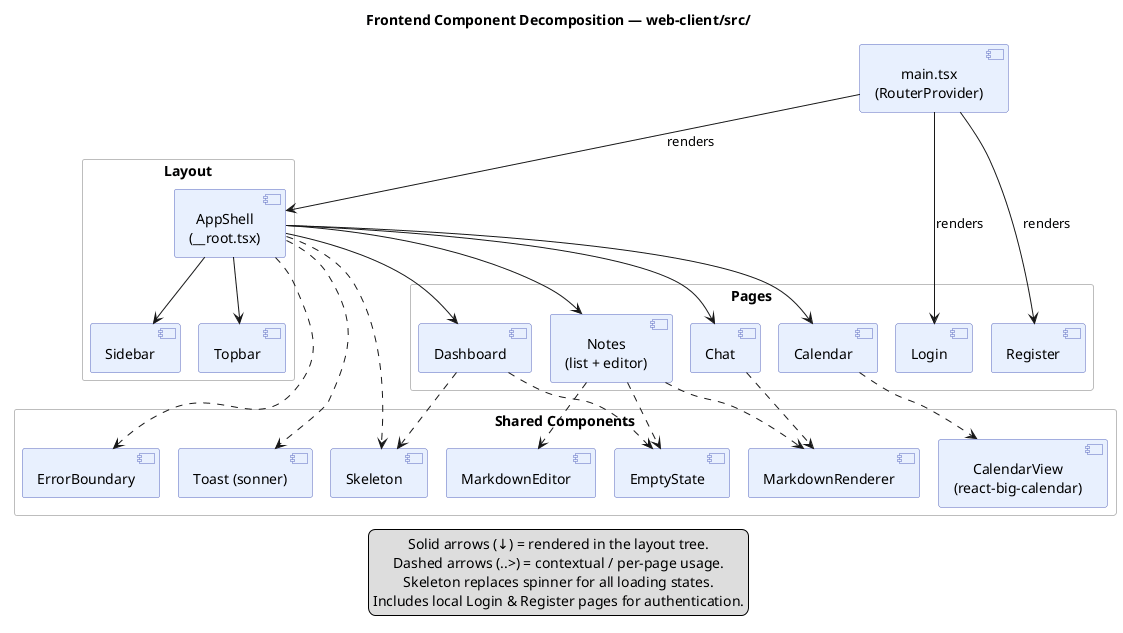
Earlier version of the PlantUML export docs/frontend/component-decomposition.png (AET-DevOps26/team-devopss26).
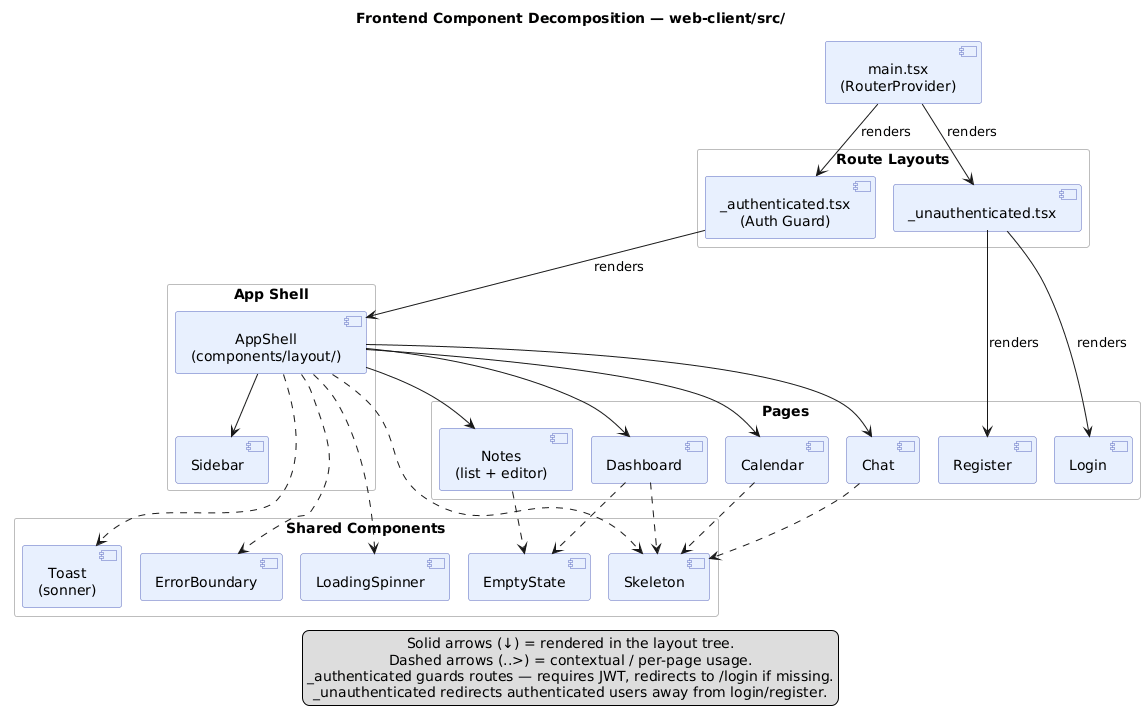
The same diagram one commit later.

The edit, as a diff of the source:
```diff
@@ -19,10 +19,14 @@
 
 component "main.tsx\n(RouterProvider)" as ENTRY
 
-rectangle "Layout" as LAYOUT {
-  component "AppShell\n(__root.tsx)" as SHELL
+rectangle "Route Layouts" as LAYOUTS {
+  component "_authenticated.tsx\n(Auth Guard)" as AUTH_LAYOUT
+  component "_unauthenticated.tsx" as UNAUTH_LAYOUT
+}
+
+rectangle "App Shell" as SHELL_GROUP {
+  component "AppShell\n(components/layout/)" as SHELL
   component "Sidebar" as SIDEBAR
-  component "Topbar" as TOPBAR
 }
 
 rectangle "Pages" as PAGES {
@@ -38,18 +42,19 @@
   component "ErrorBoundary" as ERR
   component "EmptyState" as EMPTY
   component "Skeleton" as SKELETON
-  component "Toast (sonner)" as TOAST
-  component "MarkdownEditor" as MDEDIT
-  component "MarkdownRenderer" as MDRENDER
-  component "CalendarView\n(react-big-calendar)" as CALVIEW
+  component "LoadingSpinner" as SPINNER
+  component "Toast\n(sonner)" as TOAST
 }
 
-ENTRY -down-> SHELL : renders
-ENTRY -down-> LOGIN : renders
-ENTRY -down-> REGISTER : renders
+ENTRY -down-> AUTH_LAYOUT : renders
+ENTRY -down-> UNAUTH_LAYOUT : renders
+
+AUTH_LAYOUT -down-> SHELL : renders
+
+UNAUTH_LAYOUT -down-> LOGIN : renders
+UNAUTH_LAYOUT -down-> REGISTER : renders
 
 SHELL  -down-> SIDEBAR
-SHELL  -down-> TOPBAR
 SHELL  -down-> DASH
 SHELL  -down-> NOTES
 SHELL  -down-> CAL
@@ -58,20 +63,19 @@
 DASH   ..> EMPTY
 DASH   ..> SKELETON
 NOTES  ..> EMPTY
-NOTES  ..> MDEDIT
-NOTES  ..> MDRENDER
-CAL    ..> CALVIEW
-CHAT   ..> MDRENDER
+CAL    ..> SKELETON
+CHAT   ..> SKELETON
 
 SHELL  ..> ERR
 SHELL  ..> TOAST
 SHELL  ..> SKELETON
+SHELL  ..> SPINNER
 
 legend bottom
   Solid arrows (↓) = rendered in the layout tree.
   Dashed arrows (..>) = contextual / per-page usage.
-  Skeleton replaces spinner for all loading states.
-  Includes local Login & Register pages for authentication.
+  _authenticated guards routes — requires JWT, redirects to /login if missing.
+  _unauthenticated redirects authenticated users away from login/register.
 endlegend
 
 @enduml
```
